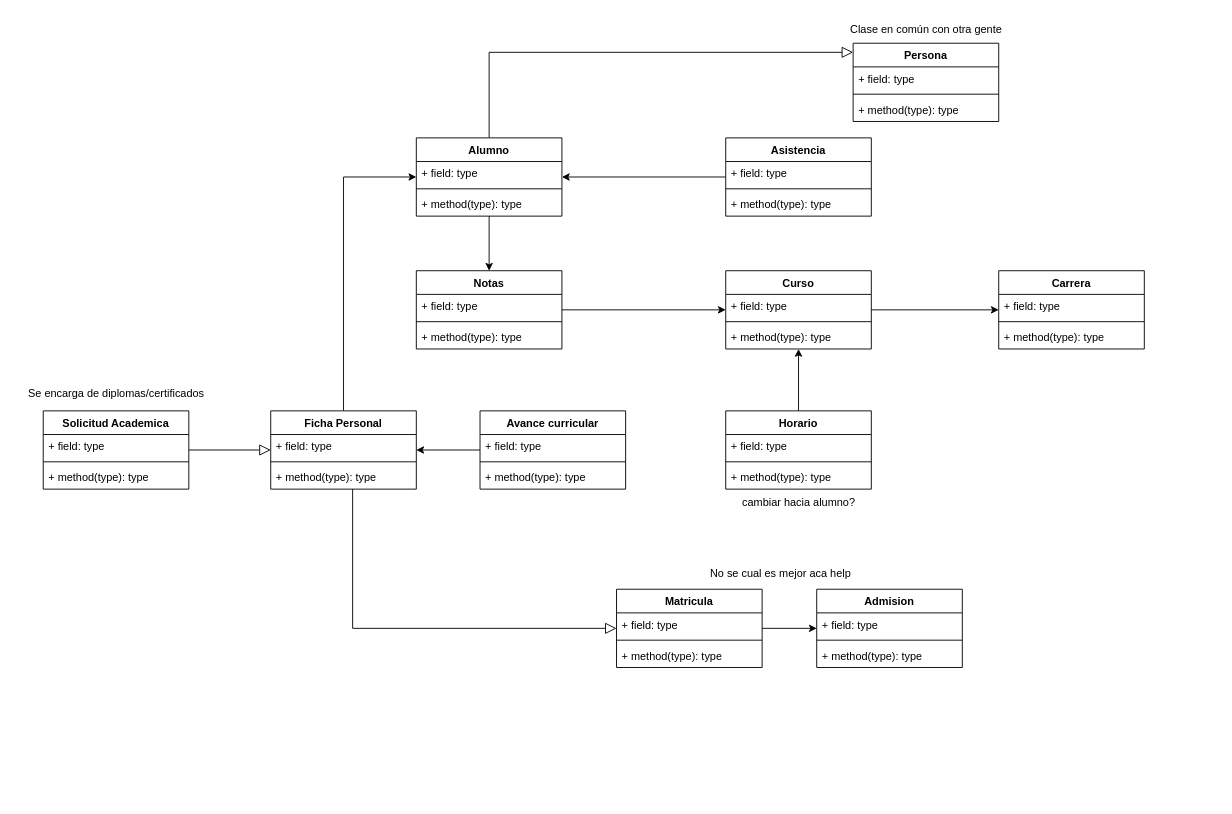
norah-st/diagram keeps this draw.io diagram as Untitled Diagram.drawio. Above is the earlier version. Source tidied: cells renumbered, new cells numbered last; positions are measured from the earlier drawing's top-left corner, leaving out a move shared by most shapes. Both pictures are drawn from the tidied source at 91%, with x=0, y=0 at pixel (15, 15).
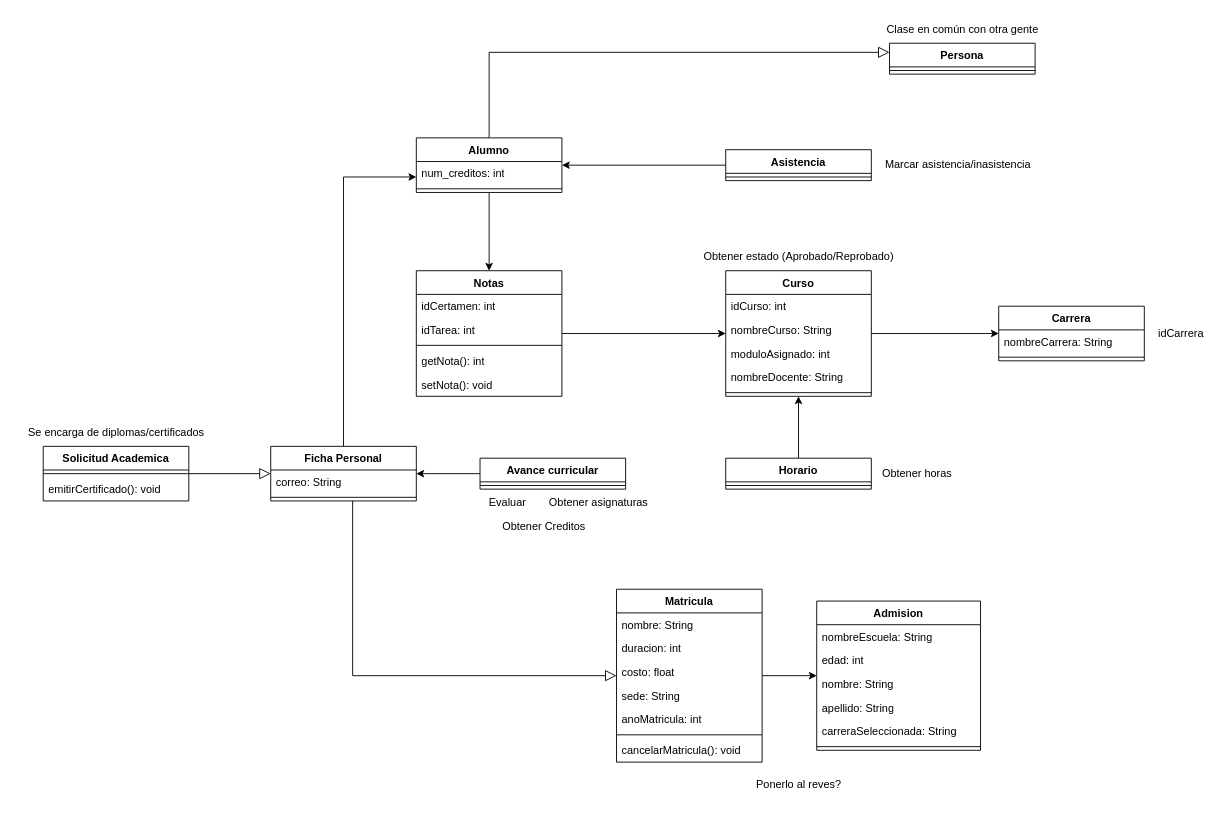
The same diagram, later.

Commit message:
Agregar borrador

Change to the diagram source:
```diff
@@
     <mxCell id="2" value="Persona" style="swimlane;fontStyle=1;align=center;verticalAlign=top;horizontal=1;startSize=26;whiteSpace=wrap;html=1;" parent="1" vertex="1">
-      <mxGeometry x="920" y="30" width="160" height="86" as="geometry" />
+      <mxGeometry x="960" y="30" width="160" height="34" as="geometry" />
     </mxCell>
-    <mxCell id="3" value="+ field: type" style="text;strokeColor=none;fillColor=none;align=left;verticalAlign=top;spacingLeft=4;spacingRight=4;overflow=hidden;whiteSpace=wrap;html=1;" parent="2" vertex="1">
-      <mxGeometry y="26" width="160" height="26" as="geometry" />
-    </mxCell>
     <mxCell id="4" style="line;strokeWidth=1;fillColor=none;align=left;verticalAlign=middle;spacingTop=-1;spacingLeft=3;spacingRight=3;labelPosition=right;strokeColor=inherit;" parent="2" vertex="1">
-      <mxGeometry y="52" width="160" height="8" as="geometry" />
+      <mxGeometry y="26" width="160" height="8" as="geometry" />
     </mxCell>
-    <mxCell id="5" value="+ method(type): type" style="text;strokeColor=none;fillColor=none;align=left;verticalAlign=top;spacingLeft=4;spacingRight=4;overflow=hidden;whiteSpace=wrap;html=1;" parent="2" vertex="1">
-      <mxGeometry y="60" width="160" height="26" as="geometry" />
-    </mxCell>
     <mxCell id="6" value="Clase en común con otra gente" style="text;html=1;align=center;verticalAlign=middle;strokeColor=none;fillColor=none;" parent="1" vertex="1">
-      <mxGeometry x="900" width="200" height="30" as="geometry" />
+      <mxGeometry x="940" width="200" height="30" as="geometry" />
     </mxCell>
@@
     <mxCell id="9" value="Alumno" style="swimlane;fontStyle=1;align=center;verticalAlign=top;horizontal=1;startSize=26;whiteSpace=wrap;html=1;" parent="1" vertex="1">
-      <mxGeometry x="440" y="134" width="160" height="86" as="geometry" />
+      <mxGeometry x="440" y="134" width="160" height="60" as="geometry" />
     </mxCell>
-    <mxCell id="10" value="+ field: type" style="text;strokeColor=none;fillColor=none;align=left;verticalAlign=top;spacingLeft=4;spacingRight=4;overflow=hidden;whiteSpace=wrap;html=1;" parent="9" vertex="1">
+    <mxCell id="10" value="num_creditos: int" style="text;strokeColor=none;fillColor=none;align=left;verticalAlign=top;spacingLeft=4;spacingRight=4;overflow=hidden;whiteSpace=wrap;html=1;" parent="9" vertex="1">
       <mxGeometry y="26" width="160" height="26" as="geometry" />
     </mxCell>
@@
-    <mxCell id="12" value="+ method(type): type" style="text;strokeColor=none;fillColor=none;align=left;verticalAlign=top;spacingLeft=4;spacingRight=4;overflow=hidden;whiteSpace=wrap;html=1;" parent="9" vertex="1">
-      <mxGeometry y="60" width="160" height="26" as="geometry" />
-    </mxCell>
@@
     <mxCell id="14" style="edgeStyle=orthogonalEdgeStyle;rounded=0;jettySize=auto;html=1;endArrow=block;endFill=0;endSize=10;startSize=6;" parent="1" edge="1" source="15" target="29">
       <mxGeometry relative="1" as="geometry">
         <Array as="points">
-          <mxPoint x="370" y="673" />
+          <mxPoint x="370" y="725" />
         </Array>
       </mxGeometry>
     </mxCell>
     <mxCell id="15" value="Ficha Personal" style="swimlane;fontStyle=1;align=center;verticalAlign=top;horizontal=1;startSize=26;whiteSpace=wrap;html=1;" parent="1" vertex="1">
-      <mxGeometry x="280" y="434" width="160" height="86" as="geometry" />
+      <mxGeometry x="280" y="473" width="160" height="60" as="geometry" />
     </mxCell>
-    <mxCell id="16" value="+ field: type" style="text;strokeColor=none;fillColor=none;align=left;verticalAlign=top;spacingLeft=4;spacingRight=4;overflow=hidden;whiteSpace=wrap;html=1;" parent="15" vertex="1">
-      <mxGeometry y="26" width="160" height="26" as="geometry" />
-    </mxCell>
+    <mxCell id="65" value="correo: String" style="text;strokeColor=none;fillColor=none;align=left;verticalAlign=top;spacingLeft=4;spacingRight=4;overflow=hidden;whiteSpace=wrap;html=1;" parent="15" vertex="1">
+      <mxGeometry y="26" width="160" height="26" as="geometry" />
+    </mxCell>
@@
-    <mxCell id="18" value="+ method(type): type" style="text;strokeColor=none;fillColor=none;align=left;verticalAlign=top;spacingLeft=4;spacingRight=4;overflow=hidden;whiteSpace=wrap;html=1;" parent="15" vertex="1">
-      <mxGeometry y="60" width="160" height="26" as="geometry" />
-    </mxCell>
     <mxCell id="19" value="Admision" style="swimlane;fontStyle=1;align=center;verticalAlign=top;horizontal=1;startSize=26;whiteSpace=wrap;html=1;" parent="1" vertex="1">
-      <mxGeometry x="880" y="630" width="160" height="86" as="geometry" />
+      <mxGeometry x="880" y="643" width="180" height="164" as="geometry" />
     </mxCell>
-    <mxCell id="20" value="+ field: type" style="text;strokeColor=none;fillColor=none;align=left;verticalAlign=top;spacingLeft=4;spacingRight=4;overflow=hidden;whiteSpace=wrap;html=1;" parent="19" vertex="1">
-      <mxGeometry y="26" width="160" height="26" as="geometry" />
+    <mxCell id="20" value="nombreEscuela: String" style="text;strokeColor=none;fillColor=none;align=left;verticalAlign=top;spacingLeft=4;spacingRight=4;overflow=hidden;whiteSpace=wrap;html=1;" parent="19" vertex="1">
+      <mxGeometry y="26" width="180" height="26" as="geometry" />
     </mxCell>
+    <mxCell id="66" value="edad: int" style="text;strokeColor=none;fillColor=none;align=left;verticalAlign=top;spacingLeft=4;spacingRight=4;overflow=hidden;whiteSpace=wrap;html=1;" parent="19" vertex="1">
+      <mxGeometry y="52" width="180" height="26" as="geometry" />
+    </mxCell>
+    <mxCell id="67" value="nombre: String" style="text;strokeColor=none;fillColor=none;align=left;verticalAlign=top;spacingLeft=4;spacingRight=4;overflow=hidden;whiteSpace=wrap;html=1;" parent="19" vertex="1">
+      <mxGeometry y="78" width="180" height="26" as="geometry" />
+    </mxCell>
+    <mxCell id="68" value="apellido: String" style="text;strokeColor=none;fillColor=none;align=left;verticalAlign=top;spacingLeft=4;spacingRight=4;overflow=hidden;whiteSpace=wrap;html=1;" parent="19" vertex="1">
+      <mxGeometry y="104" width="180" height="26" as="geometry" />
+    </mxCell>
+    <mxCell id="69" value="carreraSeleccionada: String" style="text;strokeColor=none;fillColor=none;align=left;verticalAlign=top;spacingLeft=4;spacingRight=4;overflow=hidden;whiteSpace=wrap;html=1;" parent="19" vertex="1">
+      <mxGeometry y="130" width="180" height="26" as="geometry" />
+    </mxCell>
     <mxCell id="21" style="line;strokeWidth=1;fillColor=none;align=left;verticalAlign=middle;spacingTop=-1;spacingLeft=3;spacingRight=3;labelPosition=right;strokeColor=inherit;" parent="19" vertex="1">
-      <mxGeometry y="52" width="160" height="8" as="geometry" />
+      <mxGeometry y="156" width="180" height="8" as="geometry" />
     </mxCell>
-    <mxCell id="22" value="+ method(type): type" style="text;strokeColor=none;fillColor=none;align=left;verticalAlign=top;spacingLeft=4;spacingRight=4;overflow=hidden;whiteSpace=wrap;html=1;" parent="19" vertex="1">
-      <mxGeometry y="60" width="160" height="26" as="geometry" />
-    </mxCell>
@@
     <mxCell id="24" value="Curso" style="swimlane;fontStyle=1;align=center;verticalAlign=top;horizontal=1;startSize=26;whiteSpace=wrap;html=1;" parent="1" vertex="1">
-      <mxGeometry x="780" y="280" width="160" height="86" as="geometry" />
+      <mxGeometry x="780" y="280" width="160" height="138" as="geometry" />
     </mxCell>
-    <mxCell id="25" value="+ field: type" style="text;strokeColor=none;fillColor=none;align=left;verticalAlign=top;spacingLeft=4;spacingRight=4;overflow=hidden;whiteSpace=wrap;html=1;" parent="24" vertex="1">
+    <mxCell id="25" value="idCurso: int" style="text;strokeColor=none;fillColor=none;align=left;verticalAlign=top;spacingLeft=4;spacingRight=4;overflow=hidden;whiteSpace=wrap;html=1;" parent="24" vertex="1">
       <mxGeometry y="26" width="160" height="26" as="geometry" />
     </mxCell>
+    <mxCell id="70" value="nombreCurso: String" style="text;strokeColor=none;fillColor=none;align=left;verticalAlign=top;spacingLeft=4;spacingRight=4;overflow=hidden;whiteSpace=wrap;html=1;" parent="24" vertex="1">
+      <mxGeometry y="52" width="160" height="26" as="geometry" />
+    </mxCell>
+    <mxCell id="71" value="moduloAsignado: int" style="text;strokeColor=none;fillColor=none;align=left;verticalAlign=top;spacingLeft=4;spacingRight=4;overflow=hidden;whiteSpace=wrap;html=1;" parent="24" vertex="1">
+      <mxGeometry y="78" width="160" height="26" as="geometry" />
+    </mxCell>
+    <mxCell id="72" value="nombreDocente: String" style="text;strokeColor=none;fillColor=none;align=left;verticalAlign=top;spacingLeft=4;spacingRight=4;overflow=hidden;whiteSpace=wrap;html=1;" parent="24" vertex="1">
+      <mxGeometry y="104" width="160" height="26" as="geometry" />
+    </mxCell>
     <mxCell id="26" style="line;strokeWidth=1;fillColor=none;align=left;verticalAlign=middle;spacingTop=-1;spacingLeft=3;spacingRight=3;labelPosition=right;strokeColor=inherit;" parent="24" vertex="1">
-      <mxGeometry y="52" width="160" height="8" as="geometry" />
+      <mxGeometry y="130" width="160" height="8" as="geometry" />
     </mxCell>
-    <mxCell id="27" value="+ method(type): type" style="text;strokeColor=none;fillColor=none;align=left;verticalAlign=top;spacingLeft=4;spacingRight=4;overflow=hidden;whiteSpace=wrap;html=1;" parent="24" vertex="1">
-      <mxGeometry y="60" width="160" height="26" as="geometry" />
-    </mxCell>
@@
     <mxCell id="29" value="Matricula" style="swimlane;fontStyle=1;align=center;verticalAlign=top;horizontal=1;startSize=26;whiteSpace=wrap;html=1;" parent="1" vertex="1">
-      <mxGeometry x="660" y="630" width="160" height="86" as="geometry" />
+      <mxGeometry x="660" y="630" width="160" height="190" as="geometry" />
     </mxCell>
+    <mxCell id="73" value="nombre: String" style="text;strokeColor=none;fillColor=none;align=left;verticalAlign=top;spacingLeft=4;spacingRight=4;overflow=hidden;whiteSpace=wrap;html=1;" parent="29" vertex="1">
+      <mxGeometry y="26" width="160" height="26" as="geometry" />
+    </mxCell>
+    <mxCell id="74" value="duracion: int" style="text;strokeColor=none;fillColor=none;align=left;verticalAlign=top;spacingLeft=4;spacingRight=4;overflow=hidden;whiteSpace=wrap;html=1;" parent="29" vertex="1">
+      <mxGeometry y="52" width="160" height="26" as="geometry" />
+    </mxCell>
+    <mxCell id="75" value="costo: float" style="text;strokeColor=none;fillColor=none;align=left;verticalAlign=top;spacingLeft=4;spacingRight=4;overflow=hidden;whiteSpace=wrap;html=1;" parent="29" vertex="1">
+      <mxGeometry y="78" width="160" height="26" as="geometry" />
+    </mxCell>
+    <mxCell id="76" value="sede: String" style="text;strokeColor=none;fillColor=none;align=left;verticalAlign=top;spacingLeft=4;spacingRight=4;overflow=hidden;whiteSpace=wrap;html=1;" parent="29" vertex="1">
+      <mxGeometry y="104" width="160" height="26" as="geometry" />
+    </mxCell>
-    <mxCell id="30" value="+ field: type" style="text;strokeColor=none;fillColor=none;align=left;verticalAlign=top;spacingLeft=4;spacingRight=4;overflow=hidden;whiteSpace=wrap;html=1;" parent="29" vertex="1">
-      <mxGeometry y="26" width="160" height="26" as="geometry" />
+    <mxCell id="30" value="anoMatricula: int" style="text;strokeColor=none;fillColor=none;align=left;verticalAlign=top;spacingLeft=4;spacingRight=4;overflow=hidden;whiteSpace=wrap;html=1;" parent="29" vertex="1">
+      <mxGeometry y="130" width="160" height="26" as="geometry" />
     </mxCell>
     <mxCell id="31" style="line;strokeWidth=1;fillColor=none;align=left;verticalAlign=middle;spacingTop=-1;spacingLeft=3;spacingRight=3;labelPosition=right;strokeColor=inherit;" parent="29" vertex="1">
-      <mxGeometry y="52" width="160" height="8" as="geometry" />
+      <mxGeometry y="156" width="160" height="8" as="geometry" />
     </mxCell>
-    <mxCell id="32" value="+ method(type): type" style="text;strokeColor=none;fillColor=none;align=left;verticalAlign=top;spacingLeft=4;spacingRight=4;overflow=hidden;whiteSpace=wrap;html=1;" parent="29" vertex="1">
-      <mxGeometry y="60" width="160" height="26" as="geometry" />
+    <mxCell id="32" value="cancelarMatricula(): void" style="text;strokeColor=none;fillColor=none;align=left;verticalAlign=top;spacingLeft=4;spacingRight=4;overflow=hidden;whiteSpace=wrap;html=1;" parent="29" vertex="1">
+      <mxGeometry y="164" width="160" height="26" as="geometry" />
     </mxCell>
@@
     <mxCell id="34" value="Asistencia" style="swimlane;fontStyle=1;align=center;verticalAlign=top;horizontal=1;startSize=26;whiteSpace=wrap;html=1;" parent="1" vertex="1">
-      <mxGeometry x="780" y="134" width="160" height="86" as="geometry" />
+      <mxGeometry x="780" y="147" width="160" height="34" as="geometry" />
     </mxCell>
-    <mxCell id="35" value="+ field: type" style="text;strokeColor=none;fillColor=none;align=left;verticalAlign=top;spacingLeft=4;spacingRight=4;overflow=hidden;whiteSpace=wrap;html=1;" parent="34" vertex="1">
-      <mxGeometry y="26" width="160" height="26" as="geometry" />
-    </mxCell>
     <mxCell id="36" style="line;strokeWidth=1;fillColor=none;align=left;verticalAlign=middle;spacingTop=-1;spacingLeft=3;spacingRight=3;labelPosition=right;strokeColor=inherit;" parent="34" vertex="1">
-      <mxGeometry y="52" width="160" height="8" as="geometry" />
+      <mxGeometry y="26" width="160" height="8" as="geometry" />
     </mxCell>
-    <mxCell id="37" value="+ method(type): type" style="text;strokeColor=none;fillColor=none;align=left;verticalAlign=top;spacingLeft=4;spacingRight=4;overflow=hidden;whiteSpace=wrap;html=1;" parent="34" vertex="1">
-      <mxGeometry y="60" width="160" height="26" as="geometry" />
-    </mxCell>
@@
     <mxCell id="39" value="Notas" style="swimlane;fontStyle=1;align=center;verticalAlign=top;horizontal=1;startSize=26;whiteSpace=wrap;html=1;" parent="1" vertex="1">
-      <mxGeometry x="440" y="280" width="160" height="86" as="geometry" />
+      <mxGeometry x="440" y="280" width="160" height="138" as="geometry" />
     </mxCell>
-    <mxCell id="40" value="+ field: type" style="text;strokeColor=none;fillColor=none;align=left;verticalAlign=top;spacingLeft=4;spacingRight=4;overflow=hidden;whiteSpace=wrap;html=1;" parent="39" vertex="1">
+    <mxCell id="40" value="idCertamen: int" style="text;strokeColor=none;fillColor=none;align=left;verticalAlign=top;spacingLeft=4;spacingRight=4;overflow=hidden;whiteSpace=wrap;html=1;" parent="39" vertex="1">
       <mxGeometry y="26" width="160" height="26" as="geometry" />
     </mxCell>
+    <mxCell id="77" value="idTarea: int" style="text;strokeColor=none;fillColor=none;align=left;verticalAlign=top;spacingLeft=4;spacingRight=4;overflow=hidden;whiteSpace=wrap;html=1;" parent="39" vertex="1">
+      <mxGeometry y="52" width="160" height="26" as="geometry" />
+    </mxCell>
     <mxCell id="41" style="line;strokeWidth=1;fillColor=none;align=left;verticalAlign=middle;spacingTop=-1;spacingLeft=3;spacingRight=3;labelPosition=right;strokeColor=inherit;" parent="39" vertex="1">
-      <mxGeometry y="52" width="160" height="8" as="geometry" />
+      <mxGeometry y="78" width="160" height="8" as="geometry" />
     </mxCell>
-    <mxCell id="42" value="+ method(type): type" style="text;strokeColor=none;fillColor=none;align=left;verticalAlign=top;spacingLeft=4;spacingRight=4;overflow=hidden;whiteSpace=wrap;html=1;" parent="39" vertex="1">
-      <mxGeometry y="60" width="160" height="26" as="geometry" />
+    <mxCell id="42" value="getNota(): int" style="text;strokeColor=none;fillColor=none;align=left;verticalAlign=top;spacingLeft=4;spacingRight=4;overflow=hidden;whiteSpace=wrap;html=1;" parent="39" vertex="1">
+      <mxGeometry y="86" width="160" height="26" as="geometry" />
     </mxCell>
+    <mxCell id="78" value="setNota(): void" style="text;strokeColor=none;fillColor=none;align=left;verticalAlign=top;spacingLeft=4;spacingRight=4;overflow=hidden;whiteSpace=wrap;html=1;" parent="39" vertex="1">
+      <mxGeometry y="112" width="160" height="26" as="geometry" />
+    </mxCell>
     <mxCell id="43" value="Carrera" style="swimlane;fontStyle=1;align=center;verticalAlign=top;horizontal=1;startSize=26;whiteSpace=wrap;html=1;" parent="1" vertex="1">
-      <mxGeometry x="1080" y="280" width="160" height="86" as="geometry" />
+      <mxGeometry x="1080" y="319" width="160" height="60" as="geometry" />
     </mxCell>
-    <mxCell id="44" value="+ field: type" style="text;strokeColor=none;fillColor=none;align=left;verticalAlign=top;spacingLeft=4;spacingRight=4;overflow=hidden;whiteSpace=wrap;html=1;" parent="43" vertex="1">
+    <mxCell id="44" value="nombreCarrera: String" style="text;strokeColor=none;fillColor=none;align=left;verticalAlign=top;spacingLeft=4;spacingRight=4;overflow=hidden;whiteSpace=wrap;html=1;" parent="43" vertex="1">
       <mxGeometry y="26" width="160" height="26" as="geometry" />
     </mxCell>
@@
-    <mxCell id="46" value="+ method(type): type" style="text;strokeColor=none;fillColor=none;align=left;verticalAlign=top;spacingLeft=4;spacingRight=4;overflow=hidden;whiteSpace=wrap;html=1;" parent="43" vertex="1">
-      <mxGeometry y="60" width="160" height="26" as="geometry" />
-    </mxCell>
@@
     <mxCell id="48" value="Solicitud Academica" style="swimlane;fontStyle=1;align=center;verticalAlign=top;horizontal=1;startSize=26;whiteSpace=wrap;html=1;" parent="1" vertex="1">
-      <mxGeometry x="30" y="434" width="160" height="86" as="geometry" />
+      <mxGeometry x="30" y="473" width="160" height="60" as="geometry" />
     </mxCell>
-    <mxCell id="49" value="+ field: type" style="text;strokeColor=none;fillColor=none;align=left;verticalAlign=top;spacingLeft=4;spacingRight=4;overflow=hidden;whiteSpace=wrap;html=1;" parent="48" vertex="1">
-      <mxGeometry y="26" width="160" height="26" as="geometry" />
-    </mxCell>
     <mxCell id="50" style="line;strokeWidth=1;fillColor=none;align=left;verticalAlign=middle;spacingTop=-1;spacingLeft=3;spacingRight=3;labelPosition=right;strokeColor=inherit;" parent="48" vertex="1">
-      <mxGeometry y="52" width="160" height="8" as="geometry" />
+      <mxGeometry y="26" width="160" height="8" as="geometry" />
     </mxCell>
-    <mxCell id="51" value="+ method(type): type" style="text;strokeColor=none;fillColor=none;align=left;verticalAlign=top;spacingLeft=4;spacingRight=4;overflow=hidden;whiteSpace=wrap;html=1;" parent="48" vertex="1">
-      <mxGeometry y="60" width="160" height="26" as="geometry" />
+    <mxCell id="51" value="emitirCertificado(): void" style="text;strokeColor=none;fillColor=none;align=left;verticalAlign=top;spacingLeft=4;spacingRight=4;overflow=hidden;whiteSpace=wrap;html=1;" parent="48" vertex="1">
+      <mxGeometry y="34" width="160" height="26" as="geometry" />
     </mxCell>
@@
     <mxCell id="53" value="Avance curricular" style="swimlane;fontStyle=1;align=center;verticalAlign=top;horizontal=1;startSize=26;whiteSpace=wrap;html=1;" parent="1" vertex="1">
-      <mxGeometry x="510" y="434" width="160" height="86" as="geometry" />
+      <mxGeometry x="510" y="486" width="160" height="34" as="geometry" />
     </mxCell>
-    <mxCell id="54" value="+ field: type" style="text;strokeColor=none;fillColor=none;align=left;verticalAlign=top;spacingLeft=4;spacingRight=4;overflow=hidden;whiteSpace=wrap;html=1;" parent="53" vertex="1">
-      <mxGeometry y="26" width="160" height="26" as="geometry" />
-    </mxCell>
     <mxCell id="55" style="line;strokeWidth=1;fillColor=none;align=left;verticalAlign=middle;spacingTop=-1;spacingLeft=3;spacingRight=3;labelPosition=right;strokeColor=inherit;" parent="53" vertex="1">
-      <mxGeometry y="52" width="160" height="8" as="geometry" />
+      <mxGeometry y="26" width="160" height="8" as="geometry" />
     </mxCell>
-    <mxCell id="56" value="+ method(type): type" style="text;strokeColor=none;fillColor=none;align=left;verticalAlign=top;spacingLeft=4;spacingRight=4;overflow=hidden;whiteSpace=wrap;html=1;" parent="53" vertex="1">
-      <mxGeometry y="60" width="160" height="26" as="geometry" />
-    </mxCell>
@@
     <mxCell id="58" value="Horario" style="swimlane;fontStyle=1;align=center;verticalAlign=top;horizontal=1;startSize=26;whiteSpace=wrap;html=1;" parent="1" vertex="1">
-      <mxGeometry x="780" y="434" width="160" height="86" as="geometry" />
+      <mxGeometry x="780" y="486" width="160" height="34" as="geometry" />
     </mxCell>
-    <mxCell id="59" value="+ field: type" style="text;strokeColor=none;fillColor=none;align=left;verticalAlign=top;spacingLeft=4;spacingRight=4;overflow=hidden;whiteSpace=wrap;html=1;" parent="58" vertex="1">
-      <mxGeometry y="26" width="160" height="26" as="geometry" />
-    </mxCell>
     <mxCell id="60" style="line;strokeWidth=1;fillColor=none;align=left;verticalAlign=middle;spacingTop=-1;spacingLeft=3;spacingRight=3;labelPosition=right;strokeColor=inherit;" parent="58" vertex="1">
-      <mxGeometry y="52" width="160" height="8" as="geometry" />
+      <mxGeometry y="26" width="160" height="8" as="geometry" />
     </mxCell>
-    <mxCell id="61" value="+ method(type): type" style="text;strokeColor=none;fillColor=none;align=left;verticalAlign=top;spacingLeft=4;spacingRight=4;overflow=hidden;whiteSpace=wrap;html=1;" parent="58" vertex="1">
-      <mxGeometry y="60" width="160" height="26" as="geometry" />
-    </mxCell>
     <mxCell id="62" value="Se encarga de diplomas/certificados" style="text;html=1;align=center;verticalAlign=middle;strokeColor=none;fillColor=none;" parent="1" vertex="1">
-      <mxGeometry y="400" width="220" height="30" as="geometry" />
+      <mxGeometry y="443" width="220" height="30" as="geometry" />
     </mxCell>
-    <mxCell id="63" value="No se cual es mejor aca help" style="text;html=1;align=center;verticalAlign=middle;strokeColor=none;fillColor=none;" parent="1" vertex="1">
-      <mxGeometry x="750" y="598" width="180" height="30" as="geometry" />
-    </mxCell>
-    <mxCell id="64" value="cambiar hacia alumno?" style="text;html=1;align=center;verticalAlign=middle;strokeColor=none;fillColor=none;" parent="1" vertex="1">
-      <mxGeometry x="785" y="520" width="150" height="30" as="geometry" />
-    </mxCell>
+    <mxCell id="79" value="Marcar asistencia/inasistencia" style="text;html=1;align=center;verticalAlign=middle;strokeColor=none;fillColor=none;" parent="1" vertex="1">
+      <mxGeometry x="940" y="149" width="190" height="30" as="geometry" />
+    </mxCell>
+    <mxCell id="80" value="Obtener horas" style="text;html=1;align=center;verticalAlign=middle;strokeColor=none;fillColor=none;" parent="1" vertex="1">
+      <mxGeometry x="940" y="488" width="100" height="30" as="geometry" />
+    </mxCell>
+    <mxCell id="81" value="idCarrera" style="text;html=1;align=center;verticalAlign=middle;strokeColor=none;fillColor=none;" parent="1" vertex="1">
+      <mxGeometry x="1240" y="334" width="80" height="30" as="geometry" />
+    </mxCell>
+    <mxCell id="82" value="Ponerlo al reves?" style="text;html=1;align=center;verticalAlign=middle;strokeColor=none;fillColor=none;" parent="1" vertex="1">
+      <mxGeometry x="800" y="830" width="120" height="30" as="geometry" />
+    </mxCell>
+    <mxCell id="83" value="Evaluar" style="text;html=1;align=center;verticalAlign=middle;strokeColor=none;fillColor=none;" parent="1" vertex="1">
+      <mxGeometry x="510" y="520" width="60" height="30" as="geometry" />
+    </mxCell>
+    <mxCell id="84" value="Obtener asignaturas" style="text;html=1;align=center;verticalAlign=middle;strokeColor=none;fillColor=none;" parent="1" vertex="1">
+      <mxGeometry x="570" y="520" width="140" height="30" as="geometry" />
+    </mxCell>
+    <mxCell id="85" value="Obtener Creditos" style="text;html=1;align=center;verticalAlign=middle;strokeColor=none;fillColor=none;" parent="1" vertex="1">
+      <mxGeometry x="520" y="546" width="120" height="30" as="geometry" />
+    </mxCell>
+    <mxCell id="86" value="Obtener estado (Aprobado/Reprobado)" style="text;html=1;align=center;verticalAlign=middle;strokeColor=none;fillColor=none;" parent="1" vertex="1">
+      <mxGeometry x="740" y="250" width="240" height="30" as="geometry" />
+    </mxCell>
```
